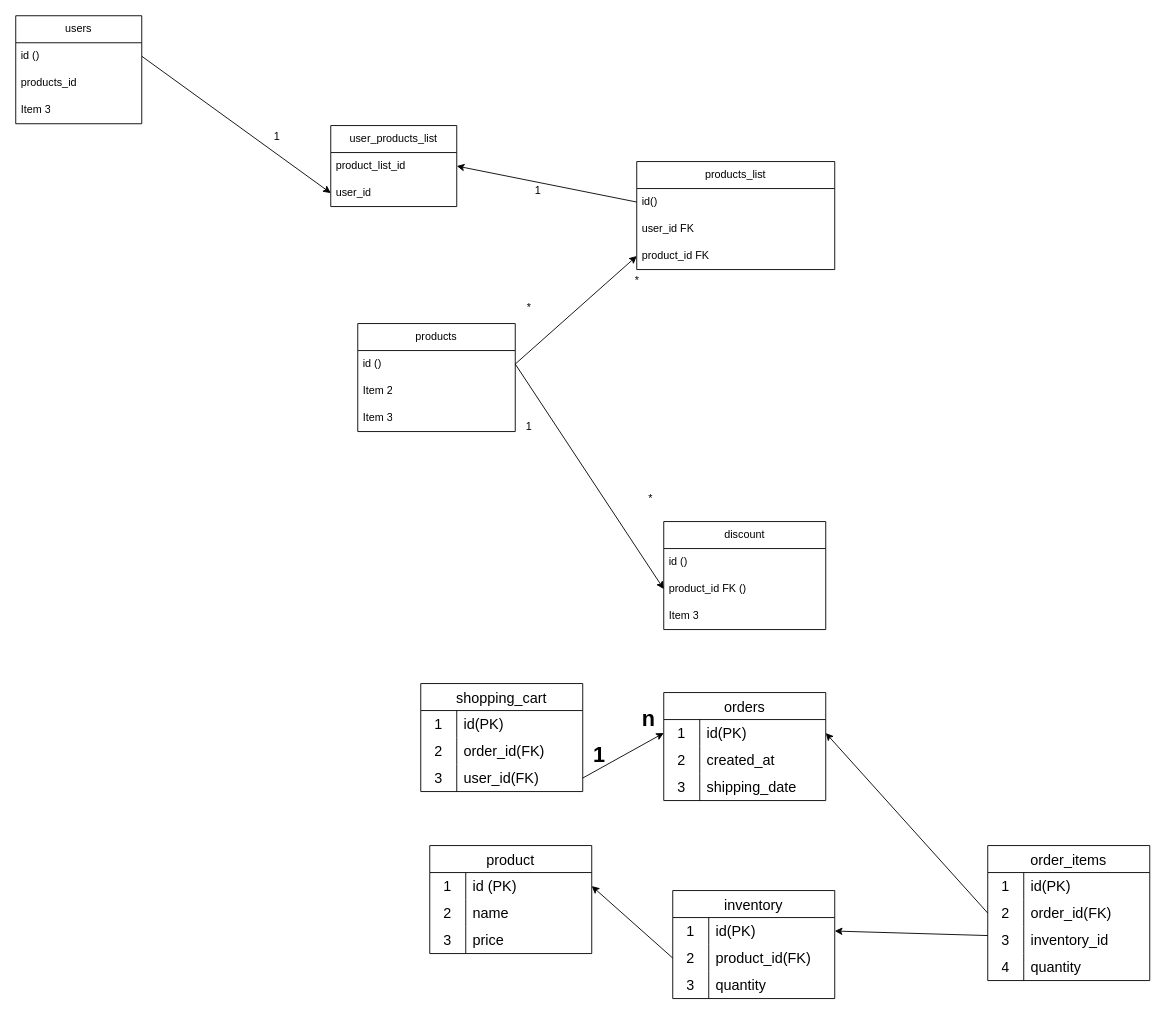
DamianoMura/backend keeps this draw.io diagram as DB_GRAPH.drawio. Above is the earlier version. Source tidied: cells renumbered, new cells numbered last; positions are measured from the earlier drawing's top-left corner, leaving out a move shared by most shapes. Both pictures are drawn from the tidied source at 90%, with x=0, y=0 at pixel (15, 15).
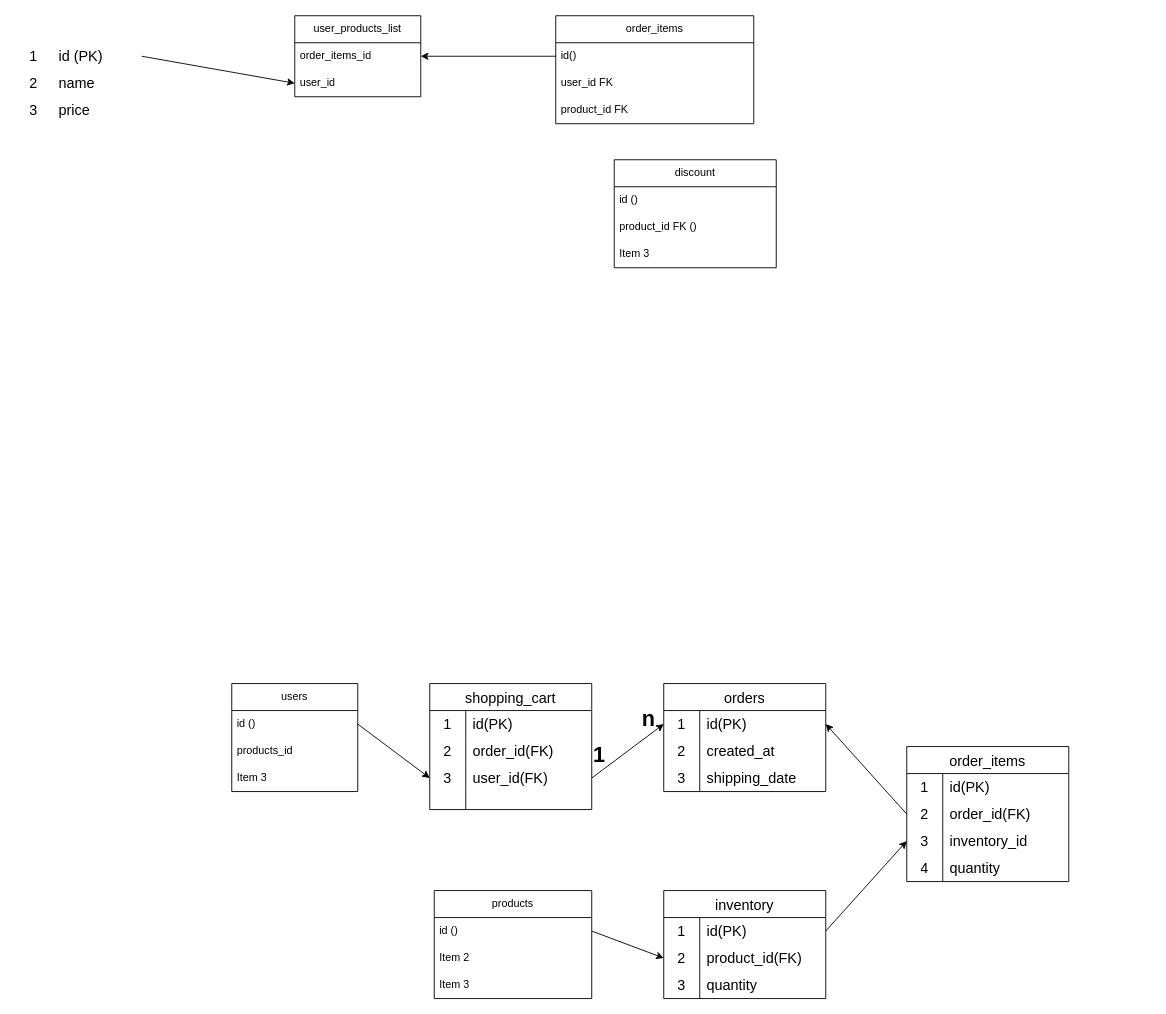
After the change.

Commit message:
[UPD] new entities

The change refers to these unchanged cells:
```xml
<mxCell id="3" value="id ()" style="text;strokeColor=none;fillColor=none;align=left;verticalAlign=middle;spacingLeft=4;spacingRight=4;overflow=hidden;points=[[0,0.5],[1,0.5]];portConstraint=eastwest;whiteSpace=wrap;html=1;" parent="2" vertex="1">
  <mxGeometry y="30" width="140" height="30" as="geometry" />
</mxCell>
<mxCell id="7" value="&lt;span style=&quot;color: rgb(0, 0, 0);&quot;&gt;id ()&lt;/span&gt;" style="text;strokeColor=none;fillColor=none;align=left;verticalAlign=middle;spacingLeft=4;spacingRight=4;overflow=hidden;points=[[0,0.5],[1,0.5]];portConstraint=eastwest;whiteSpace=wrap;html=1;" parent="6" vertex="1">
  <mxGeometry y="30" width="175" height="30" as="geometry" />
</mxCell>
<mxCell id="12" value="product_id FK&amp;nbsp;&lt;span style=&quot;color: rgb(0, 0, 0);&quot;&gt;()&lt;/span&gt;&amp;nbsp;" style="text;strokeColor=none;fillColor=none;align=left;verticalAlign=middle;spacingLeft=4;spacingRight=4;overflow=hidden;points=[[0,0.5],[1,0.5]];portConstraint=eastwest;whiteSpace=wrap;html=1;" parent="10" vertex="1">
  <mxGeometry y="60" width="180" height="30" as="geometry" />
</mxCell>
<mxCell id="19" value="&lt;span style=&quot;color: rgb(0, 0, 0); text-align: center;&quot;&gt;product_id FK&lt;/span&gt;" style="text;strokeColor=none;fillColor=none;align=left;verticalAlign=middle;spacingLeft=4;spacingRight=4;overflow=hidden;points=[[0,0.5],[1,0.5]];portConstraint=eastwest;whiteSpace=wrap;html=1;" parent="16" vertex="1">
  <mxGeometry y="90" width="220" height="30" as="geometry" />
</mxCell>
<mxCell id="22" value="user_id" style="text;strokeColor=none;fillColor=none;align=left;verticalAlign=middle;spacingLeft=4;spacingRight=4;overflow=hidden;points=[[0,0.5],[1,0.5]];portConstraint=eastwest;whiteSpace=wrap;html=1;" parent="20" vertex="1">
  <mxGeometry y="60" width="140" height="30" as="geometry" />
</mxCell>
<mxCell id="32" style="shape=tableRow;horizontal=0;startSize=0;swimlaneHead=0;swimlaneBody=0;top=0;left=0;bottom=0;right=0;fillColor=none;points=[[0,0.5],[1,0.5]];portConstraint=eastwest;strokeColor=inherit;fontSize=16;" parent="31" vertex="1">
  <mxGeometry y="30" width="180" height="30" as="geometry" />
</mxCell>
<mxCell id="42" style="shape=tableRow;horizontal=0;startSize=0;swimlaneHead=0;swimlaneBody=0;top=0;left=0;bottom=0;right=0;fillColor=none;points=[[0,0.5],[1,0.5]];portConstraint=eastwest;strokeColor=inherit;fontSize=16;" parent="41" vertex="1">
  <mxGeometry y="30" width="180" height="30" as="geometry" />
</mxCell>
<mxCell id="45" style="shape=tableRow;horizontal=0;startSize=0;swimlaneHead=0;swimlaneBody=0;top=0;left=0;bottom=0;right=0;fillColor=none;points=[[0,0.5],[1,0.5]];portConstraint=eastwest;strokeColor=inherit;fontSize=16;" parent="41" vertex="1">
  <mxGeometry y="60" width="180" height="30" as="geometry" />
</mxCell>
<mxCell id="68" style="shape=tableRow;horizontal=0;startSize=0;swimlaneHead=0;swimlaneBody=0;top=0;left=0;bottom=0;right=0;fillColor=none;points=[[0,0.5],[1,0.5]];portConstraint=eastwest;strokeColor=inherit;fontSize=16;" parent="61" vertex="1">
  <mxGeometry y="90" width="180" height="30" as="geometry" />
</mxCell>
<mxCell id="84" style="shape=tableRow;horizontal=0;startSize=0;swimlaneHead=0;swimlaneBody=0;top=0;left=0;bottom=0;right=0;fillColor=none;points=[[0,0.5],[1,0.5]];portConstraint=eastwest;strokeColor=inherit;fontSize=16;" parent="77" vertex="1">
  <mxGeometry y="90" width="180" height="30" as="geometry" />
</mxCell>
```

Change to the diagram source:
```diff
@@
     <mxCell id="2" value="users" style="swimlane;fontStyle=0;horizontal=1;startSize=30;whiteSpace=wrap;html=1;" parent="1" vertex="1">
-      <mxGeometry width="140" height="120" as="geometry" />
+      <mxGeometry x="240" y="742" width="140" height="120" as="geometry" />
     </mxCell>
@@
     <mxCell id="6" value="products" style="swimlane;fontStyle=0;horizontal=1;startSize=30;whiteSpace=wrap;html=1;" parent="1" vertex="1">
-      <mxGeometry x="380" y="342" width="175" height="120" as="geometry" />
+      <mxGeometry x="465" y="972" width="175" height="120" as="geometry" />
     </mxCell>
@@
     <mxCell id="10" value="discount" style="swimlane;fontStyle=0;horizontal=1;startSize=30;whiteSpace=wrap;html=1;" parent="1" vertex="1">
-      <mxGeometry x="720" y="562" width="180" height="120" as="geometry" />
+      <mxGeometry x="665" y="160" width="180" height="120" as="geometry" />
     </mxCell>
@@
-    <mxCell id="14" value="1" style="text;html=1;align=center;verticalAlign=middle;strokeColor=none;fillColor=none;" parent="1" vertex="1">
-      <mxGeometry x="555" y="442" width="30" height="30" as="geometry" />
-    </mxCell>
-    <mxCell id="15" value="*" style="text;html=1;align=center;verticalAlign=middle;strokeColor=none;fillColor=none;" parent="1" vertex="1">
-      <mxGeometry x="690" y="522" width="30" height="30" as="geometry" />
-    </mxCell>
-    <mxCell id="16" value="products_list" style="swimlane;fontStyle=0;horizontal=1;startSize=30;whiteSpace=wrap;html=1;" parent="1" vertex="1">
-      <mxGeometry x="690" y="162" width="220" height="120" as="geometry" />
+    <mxCell id="16" value="order_items" style="swimlane;fontStyle=0;horizontal=1;startSize=30;whiteSpace=wrap;html=1;" parent="1" vertex="1">
+      <mxGeometry x="600" width="220" height="120" as="geometry" />
     </mxCell>
@@
     <mxCell id="20" value="user_&lt;span style=&quot;color: rgb(0, 0, 0);&quot;&gt;products_list&lt;/span&gt;" style="swimlane;fontStyle=0;horizontal=1;startSize=30;whiteSpace=wrap;html=1;" parent="1" vertex="1">
-      <mxGeometry x="350" y="122" width="140" height="90" as="geometry" />
+      <mxGeometry x="310" width="140" height="90" as="geometry" />
     </mxCell>
-    <mxCell id="21" value="&lt;span style=&quot;color: rgb(0, 0, 0); text-align: center;&quot;&gt;&lt;span style=&quot;color: rgb(0, 0, 0);&quot;&gt;product_list&lt;/span&gt;_id&lt;/span&gt;" style="text;strokeColor=none;fillColor=none;align=left;verticalAlign=middle;spacingLeft=4;spacingRight=4;overflow=hidden;points=[[0,0.5],[1,0.5]];portConstraint=eastwest;whiteSpace=wrap;html=1;" parent="20" vertex="1">
+    <mxCell id="21" value="&lt;div style=&quot;text-align: center;&quot;&gt;&lt;span style=&quot;background-color: transparent;&quot;&gt;order_items_id&lt;/span&gt;&lt;/div&gt;" style="text;strokeColor=none;fillColor=none;align=left;verticalAlign=middle;spacingLeft=4;spacingRight=4;overflow=hidden;points=[[0,0.5],[1,0.5]];portConstraint=eastwest;whiteSpace=wrap;html=1;" parent="20" vertex="1">
       <mxGeometry y="30" width="140" height="30" as="geometry" />
     </mxCell>
@@
-    <mxCell id="23" style="edgeStyle=none;html=1;exitX=1;exitY=0.5;exitDx=0;exitDy=0;entryX=0;entryY=0.5;entryDx=0;entryDy=0;" parent="1" edge="1" source="3" target="22">
-      <mxGeometry relative="1" as="geometry" />
-    </mxCell>
@@
-    <mxCell id="25" value="1" style="text;html=1;align=center;verticalAlign=middle;strokeColor=none;fillColor=none;" parent="1" vertex="1">
-      <mxGeometry x="565" y="180" width="30" height="30" as="geometry" />
-    </mxCell>
-    <mxCell id="26" value="1" style="text;html=1;align=center;verticalAlign=middle;strokeColor=none;fillColor=none;" parent="1" vertex="1">
-      <mxGeometry x="275" y="120" width="30" height="30" as="geometry" />
-    </mxCell>
-    <mxCell id="27" style="edgeStyle=none;html=1;exitX=1;exitY=0.5;exitDx=0;exitDy=0;entryX=0;entryY=0.5;entryDx=0;entryDy=0;" parent="1" edge="1" source="7" target="19">
-      <mxGeometry relative="1" as="geometry" />
-    </mxCell>
-    <mxCell id="28" value="*" style="text;html=1;align=center;verticalAlign=middle;strokeColor=none;fillColor=none;" parent="1" vertex="1">
-      <mxGeometry x="555" y="310" width="30" height="30" as="geometry" />
-    </mxCell>
-    <mxCell id="29" value="*" style="text;html=1;align=center;verticalAlign=middle;strokeColor=none;fillColor=none;" parent="1" vertex="1">
-      <mxGeometry x="675" y="280" width="30" height="30" as="geometry" />
-    </mxCell>
-    <mxCell id="30" style="edgeStyle=none;html=1;exitX=1;exitY=0.5;exitDx=0;exitDy=0;entryX=0;entryY=0.5;entryDx=0;entryDy=0;" parent="1" edge="1" source="7" target="12">
-      <mxGeometry relative="1" as="geometry" />
-    </mxCell>
-    <mxCell id="31" value="product" style="shape=table;startSize=30;childLayout=tableLayout;rowLines=0;fontStyle=0;strokeColor=default;fontSize=16;" parent="1" vertex="1">
-      <mxGeometry x="460" y="922" width="180" height="120" as="geometry" />
+    <mxCell id="31" style="edgeStyle=none;html=1;exitX=1;exitY=0.5;exitDx=0;exitDy=0;entryX=0;entryY=0.5;entryDx=0;entryDy=0;" parent="1" edge="1" target="22">
+      <mxGeometry relative="1" as="geometry">
+        <mxPoint x="140" y="45" as="sourcePoint" />
+      </mxGeometry>
     </mxCell>
@@
     <mxCell id="41" value="inventory" style="shape=table;startSize=30;childLayout=tableLayout;rowLines=0;fontStyle=0;strokeColor=default;fontSize=16;" parent="1" vertex="1">
-      <mxGeometry x="730" y="972" width="180" height="120" as="geometry" />
+      <mxGeometry x="720" y="972" width="180" height="120" as="geometry" />
     </mxCell>
@@
     <mxCell id="51" value="orders" style="shape=table;startSize=30;childLayout=tableLayout;rowLines=0;fontStyle=0;strokeColor=default;fontSize=16;" parent="1" vertex="1">
-      <mxGeometry x="720" y="752" width="180" height="120" as="geometry" />
+      <mxGeometry x="720" y="742" width="180" height="120" as="geometry" />
     </mxCell>
@@
     <mxCell id="61" value="order_items" style="shape=table;startSize=30;childLayout=tableLayout;rowLines=0;fontStyle=0;strokeColor=default;fontSize=16;" parent="1" vertex="1">
-      <mxGeometry x="1080" y="922" width="180" height="150" as="geometry" />
+      <mxGeometry x="990" y="812" width="180" height="150" as="geometry" />
     </mxCell>
@@
-    <mxCell id="74" style="edgeStyle=none;html=1;exitX=0;exitY=0.5;exitDx=0;exitDy=0;entryX=1;entryY=0.5;entryDx=0;entryDy=0;" parent="1" edge="1" source="45" target="32">
-      <mxGeometry relative="1" as="geometry" />
-    </mxCell>
-    <mxCell id="75" style="edgeStyle=none;html=1;exitX=0;exitY=0.5;exitDx=0;exitDy=0;entryX=1;entryY=0.5;entryDx=0;entryDy=0;" parent="1" edge="1" target="42">
-      <mxGeometry relative="1" as="geometry">
-        <mxPoint x="1080" y="1022" as="sourcePoint" />
-      </mxGeometry>
-    </mxCell>
@@
     <mxCell id="77" value="shopping_cart" style="shape=table;startSize=30;childLayout=tableLayout;rowLines=0;fontStyle=0;strokeColor=default;fontSize=16;" parent="1" vertex="1">
-      <mxGeometry x="450" y="742" width="180" height="120" as="geometry" />
+      <mxGeometry x="460" y="742" width="180" height="140" as="geometry" />
     </mxCell>
@@
+    <mxCell id="90" style="shape=tableRow;horizontal=0;startSize=0;swimlaneHead=0;swimlaneBody=0;top=0;left=0;bottom=0;right=0;fillColor=none;strokeColor=inherit;fontSize=16;" parent="77" vertex="1">
+      <mxGeometry y="120" width="180" height="20" as="geometry" />
+    </mxCell>
+    <mxCell id="91" value="&lt;br&gt;&lt;div&gt;&lt;br&gt;&lt;/div&gt;" style="shape=partialRectangle;html=1;whiteSpace=wrap;fillColor=none;top=0;left=0;bottom=0;right=0;overflow=hidden;strokeColor=inherit;fontSize=16;" parent="90" vertex="1">
+      <mxGeometry width="40" height="20" as="geometry" />
+    </mxCell>
+    <mxCell id="92" value="&lt;br&gt;&lt;div&gt;&lt;br&gt;&lt;/div&gt;" style="shape=partialRectangle;html=1;whiteSpace=wrap;fillColor=none;top=0;left=0;bottom=0;right=0;align=left;spacingLeft=6;overflow=hidden;strokeColor=inherit;fontSize=16;" parent="90" vertex="1">
+      <mxGeometry x="40" width="140" height="20" as="geometry" />
+    </mxCell>
@@
+    <mxCell id="93" style="endArrow=classic;html=1;exitX=1;exitY=0.5;exitDx=0;exitDy=0;entryX=0;entryY=0.5;entryDx=0;entryDy=0;" parent="1" edge="1" source="3" target="84">
+      <mxGeometry relative="1" as="geometry" />
+    </mxCell>
+    <mxCell id="94" style="endArrow=classic;html=1;exitX=1;exitY=0.5;exitDx=0;exitDy=0;entryX=0;entryY=0.5;entryDx=0;entryDy=0;" parent="1" edge="1" source="7" target="45">
+      <mxGeometry relative="1" as="geometry" />
+    </mxCell>
+    <mxCell id="95" style="endArrow=classic;html=1;entryX=0;entryY=0.5;entryDx=0;entryDy=0;exitX=1;exitY=0.5;exitDx=0;exitDy=0;" parent="1" edge="1" source="42" target="68">
+      <mxGeometry relative="1" as="geometry" />
+    </mxCell>
```
